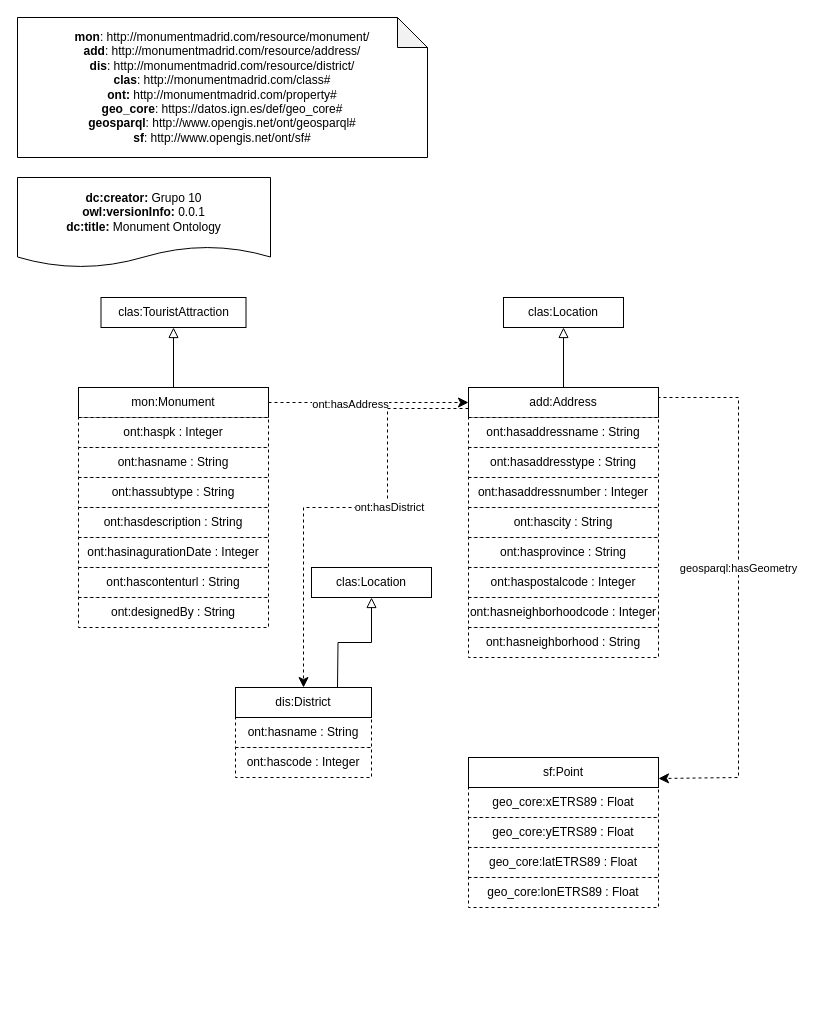
This is HandsOn/Group10/ontology/Monuments-Ontology.drawio from alexisimo/Curso2022-2023, a draw.io file, before an edit. Source tidied: cells renumbered, new cells numbered last; positions are measured from the earlier drawing's top-left corner, leaving out a move shared by most shapes. Both pictures are drawn from the tidied source at 100%, with x=0, y=0 at pixel (17, 17).
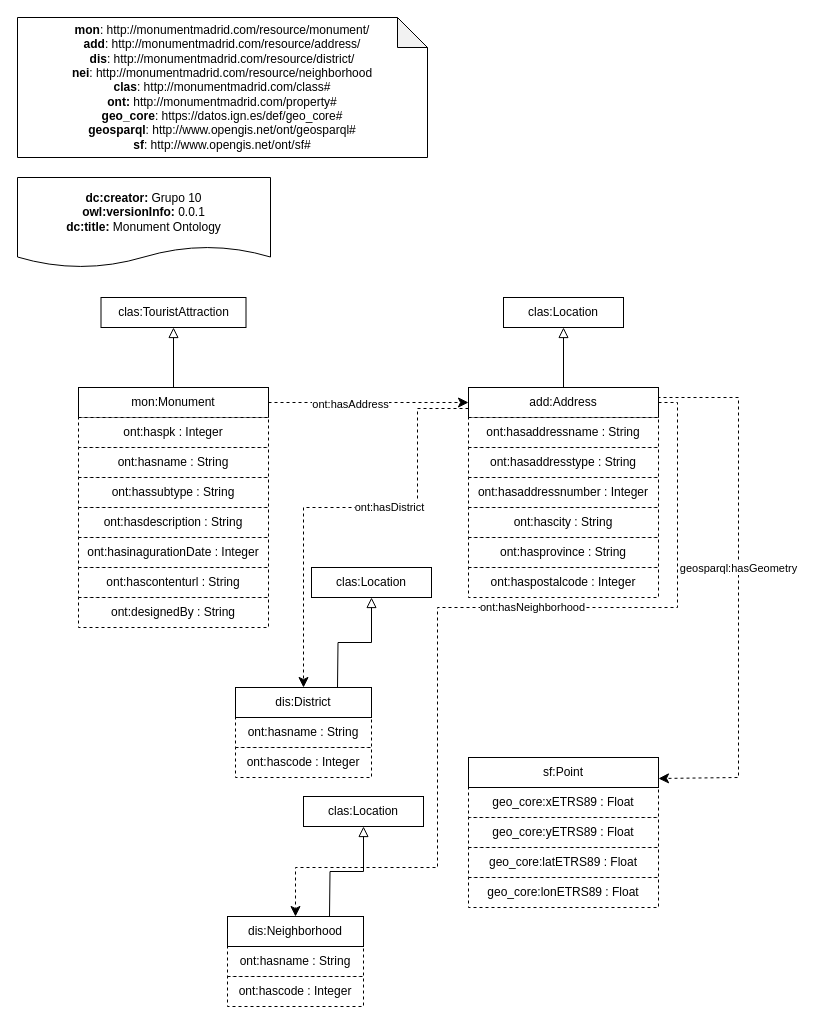
The same diagram, later.

Unchanged cells that the change refers to:
```xml
<mxCell id="13" value="add:Address" style="rounded=0;whiteSpace=wrap;html=1;snapToPoint=1;points=[[0.1,0],[0.2,0],[0.3,0],[0.4,0],[0.5,0],[0.6,0],[0.7,0],[0.8,0],[0.9,0],[0,0.1],[0,0.3],[0,0.5],[0,0.7],[0,0.9],[0.1,1],[0.2,1],[0.3,1],[0.4,1],[0.5,1],[0.6,1],[0.7,1],[0.8,1],[0.9,1],[1,0.1],[1,0.3],[1,0.5],[1,0.7],[1,0.9]];" parent="1" vertex="1">
  <mxGeometry x="451" y="370" width="190" height="30" as="geometry" />
</mxCell>
<mxCell id="35" value="dis:District" style="rounded=0;whiteSpace=wrap;html=1;snapToPoint=1;points=[[0.1,0],[0.2,0],[0.3,0],[0.4,0],[0.5,0],[0.6,0],[0.7,0],[0.8,0],[0.9,0],[0,0.1],[0,0.3],[0,0.5],[0,0.7],[0,0.9],[0.1,1],[0.2,1],[0.3,1],[0.4,1],[0.5,1],[0.6,1],[0.7,1],[0.8,1],[0.9,1],[1,0.1],[1,0.3],[1,0.5],[1,0.7],[1,0.9]];" parent="1" vertex="1">
  <mxGeometry x="218" y="670" width="136" height="30" as="geometry" />
</mxCell>
```

Change to the diagram source:
```diff
@@
-    <mxCell id="2" value="&lt;div&gt;&lt;b&gt;mon&lt;/b&gt;: http://monumentmadrid.com/resource/monument/&lt;/div&gt;&lt;div&gt;&lt;b&gt;add&lt;/b&gt;: http://monumentmadrid.com/resource/address/&lt;br&gt;&lt;/div&gt;&lt;div&gt;&lt;b&gt;dis&lt;/b&gt;: http://monumentmadrid.com/resource/district/&lt;br&gt;&lt;/div&gt;&lt;div&gt;&lt;b&gt;clas&lt;/b&gt;: http://monumentmadrid.com/class#&lt;br&gt;&lt;/div&gt;&lt;div&gt;&lt;b&gt;ont:&lt;/b&gt; http://monumentmadrid.com/property#&lt;br&gt;&lt;/div&gt;&lt;div&gt;&lt;div&gt;&lt;b&gt;geo_core&lt;/b&gt;: https://datos.ign.es/def/geo_core#&lt;/div&gt;&lt;div&gt;&lt;b&gt;geosparql&lt;/b&gt;: http://www.opengis.net/ont/geosparql#&lt;/div&gt;&lt;div&gt;&lt;b&gt;sf&lt;/b&gt;: http://www.opengis.net/ont/sf#&lt;/div&gt;&lt;/div&gt;" style="shape=note;whiteSpace=wrap;html=1;backgroundOutline=1;darkOpacity=0.05;" parent="1" vertex="1">
+    <mxCell id="2" value="&lt;div&gt;&lt;b&gt;mon&lt;/b&gt;: http://monumentmadrid.com/resource/monument/&lt;/div&gt;&lt;div&gt;&lt;b&gt;add&lt;/b&gt;: http://monumentmadrid.com/resource/address/&lt;br&gt;&lt;/div&gt;&lt;div&gt;&lt;b&gt;dis&lt;/b&gt;: http://monumentmadrid.com/resource/district/&lt;br&gt;&lt;/div&gt;&lt;div&gt;&lt;b&gt;nei&lt;/b&gt;: http://monumentmadrid.com/resource/neighborhood&lt;br&gt;&lt;/div&gt;&lt;div&gt;&lt;b&gt;clas&lt;/b&gt;: http://monumentmadrid.com/class#&lt;br&gt;&lt;/div&gt;&lt;div&gt;&lt;b&gt;ont:&lt;/b&gt; http://monumentmadrid.com/property#&lt;br&gt;&lt;/div&gt;&lt;div&gt;&lt;div&gt;&lt;b&gt;geo_core&lt;/b&gt;: https://datos.ign.es/def/geo_core#&lt;/div&gt;&lt;div&gt;&lt;b&gt;geosparql&lt;/b&gt;: http://www.opengis.net/ont/geosparql#&lt;/div&gt;&lt;div&gt;&lt;b&gt;sf&lt;/b&gt;: http://www.opengis.net/ont/sf#&lt;/div&gt;&lt;/div&gt;" style="shape=note;whiteSpace=wrap;html=1;backgroundOutline=1;darkOpacity=0.05;" parent="1" vertex="1">
       <mxGeometry width="410" height="140" as="geometry" />
     </mxCell>
@@
-    <mxCell id="20" value="ont:hasneighborhoodcode : Integer" style="rounded=0;whiteSpace=wrap;html=1;dashed=1;" parent="1" vertex="1">
-      <mxGeometry x="451" y="580" width="190" height="30" as="geometry" />
-    </mxCell>
-    <mxCell id="21" value="ont:hasneighborhood : String" style="rounded=0;whiteSpace=wrap;html=1;dashed=1;" parent="1" vertex="1">
-      <mxGeometry x="451" y="610" width="190" height="30" as="geometry" />
-    </mxCell>
@@
     <mxCell id="37" style="endArrow=classic;html=1;entryX=0.5;entryY=0;entryDx=0;entryDy=0;endSize=8;dashed=1;arcSize=0;rounded=0;exitX=0;exitY=0.7;exitDx=0;exitDy=0;edgeStyle=orthogonalEdgeStyle;" parent="1" edge="1" source="13" target="35">
       <mxGeometry relative="1" as="geometry">
         <Array as="points">
-          <mxPoint x="370" y="391" />
-          <mxPoint x="370" y="490" />
+          <mxPoint x="400" y="391" />
+          <mxPoint x="400" y="490" />
           <mxPoint x="286" y="490" />
         </Array>
       </mxGeometry>
     </mxCell>
@@
+    <mxCell id="41" value="ont:hasname : String" style="rounded=0;whiteSpace=wrap;html=1;dashed=1;" parent="1" vertex="1">
+      <mxGeometry x="210" y="929" width="136" height="30" as="geometry" />
+    </mxCell>
+    <mxCell id="42" value="dis:Neighborhood" style="rounded=0;whiteSpace=wrap;html=1;snapToPoint=1;points=[[0.1,0],[0.2,0],[0.3,0],[0.4,0],[0.5,0],[0.6,0],[0.7,0],[0.8,0],[0.9,0],[0,0.1],[0,0.3],[0,0.5],[0,0.7],[0,0.9],[0.1,1],[0.2,1],[0.3,1],[0.4,1],[0.5,1],[0.6,1],[0.7,1],[0.8,1],[0.9,1],[1,0.1],[1,0.3],[1,0.5],[1,0.7],[1,0.9]];" parent="1" vertex="1">
+      <mxGeometry x="210" y="899" width="136" height="30" as="geometry" />
+    </mxCell>
+    <mxCell id="43" value="ont:hascode : Integer" style="rounded=0;whiteSpace=wrap;html=1;dashed=1;" parent="1" vertex="1">
+      <mxGeometry x="210" y="959" width="136" height="30" as="geometry" />
+    </mxCell>
+    <mxCell id="44" style="endArrow=classic;html=1;entryX=0.5;entryY=0;entryDx=0;entryDy=0;endSize=8;dashed=1;arcSize=0;rounded=0;edgeStyle=orthogonalEdgeStyle;exitX=1;exitY=0.5;exitDx=0;exitDy=0;" parent="1" edge="1" source="13" target="42">
+      <mxGeometry relative="1" as="geometry">
+        <Array as="points">
+          <mxPoint x="660" y="385" />
+          <mxPoint x="660" y="590" />
+          <mxPoint x="420" y="590" />
+          <mxPoint x="420" y="850" />
+          <mxPoint x="278" y="850" />
+        </Array>
+      </mxGeometry>
+    </mxCell>
+    <mxCell id="45" value="&lt;div&gt;ont:hasNeighborhood&lt;/div&gt;" style="edgeLabel;html=1;align=center;verticalAlign=middle;" parent="44" vertex="1">
+      <mxGeometry x="-0.19" y="-1" relative="1" as="geometry">
+        <mxPoint x="1" as="offset" />
+      </mxGeometry>
+    </mxCell>
+    <mxCell id="46" value="clas:Location" style="rounded=0;whiteSpace=wrap;html=1;snapToPoint=1;points=[[0.1,0],[0.2,0],[0.3,0],[0.4,0],[0.5,0],[0.6,0],[0.7,0],[0.8,0],[0.9,0],[0,0.1],[0,0.3],[0,0.5],[0,0.7],[0,0.9],[0.1,1],[0.2,1],[0.3,1],[0.4,1],[0.5,1],[0.6,1],[0.7,1],[0.8,1],[0.9,1],[1,0.1],[1,0.3],[1,0.5],[1,0.7],[1,0.9]];" parent="1" vertex="1">
+      <mxGeometry x="286" y="779" width="120" height="30" as="geometry" />
+    </mxCell>
+    <mxCell id="47" style="endArrow=block;html=1;fontColor=#000099;endFill=0;endSize=8;arcSize=0;rounded=0;entryX=0.5;entryY=1;entryDx=0;entryDy=0;edgeStyle=orthogonalEdgeStyle;" parent="1" edge="1" target="46">
+      <mxGeometry relative="1" as="geometry">
+        <mxPoint x="312" y="899" as="sourcePoint" />
+      </mxGeometry>
+    </mxCell>
```
